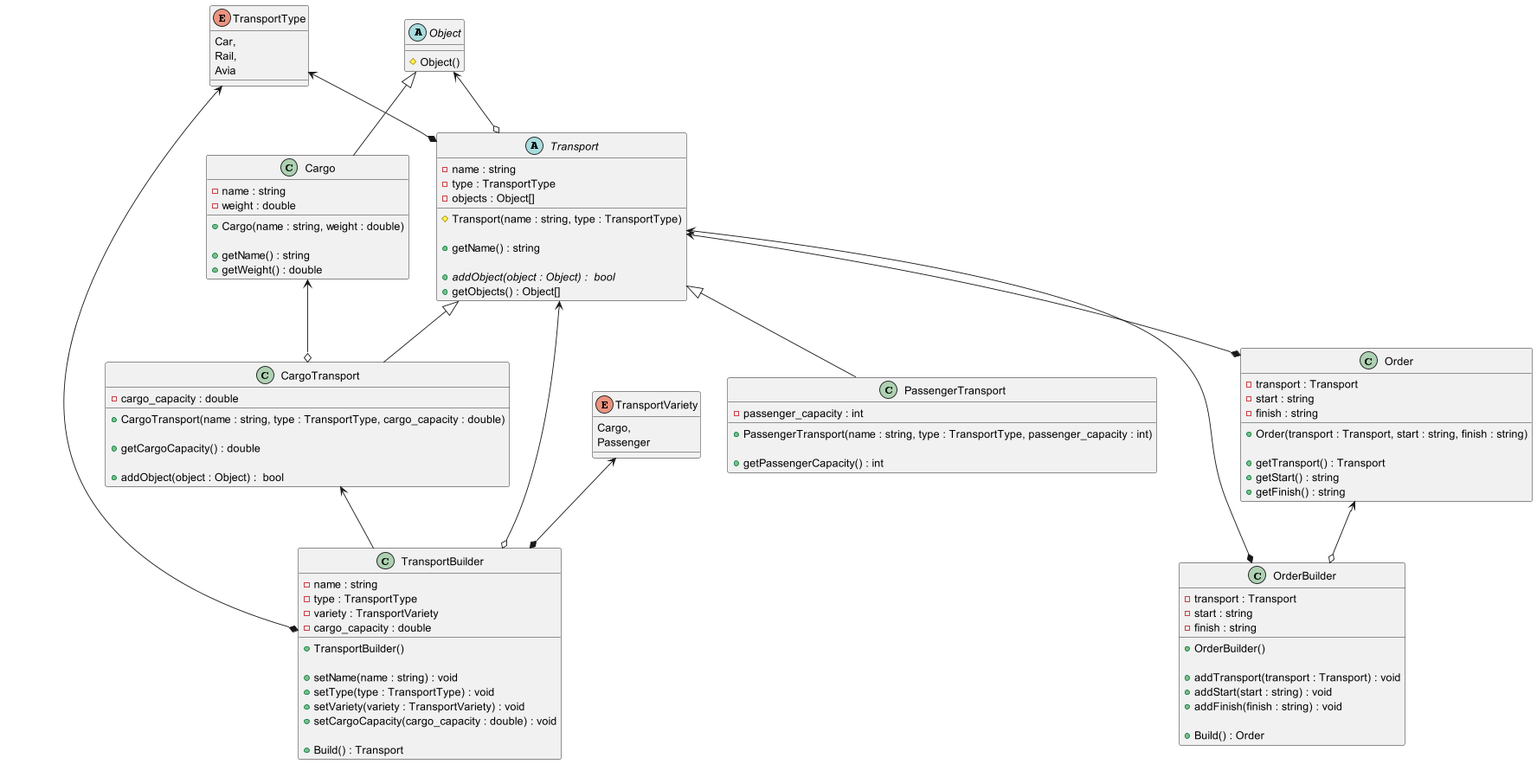
Before: class_diagram.png, a diagram exported from PlantUML (it-top-shambala/TransportCompany_).
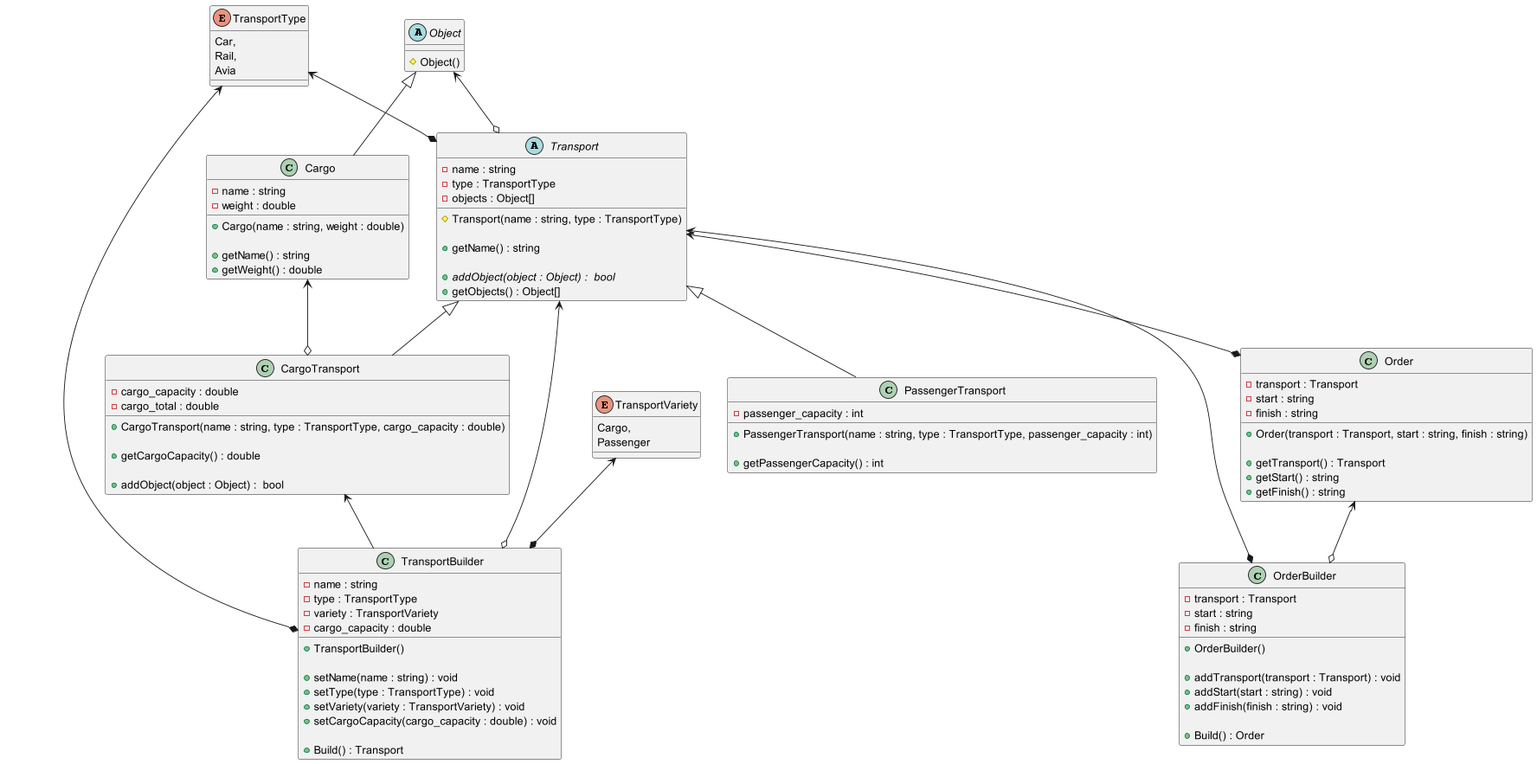
After the commit.

Commit message:
Update class diagram

What changed in the source:
```diff
@@ -41,6 +41,7 @@
 Cargo <--o CargoTransport
 class CargoTransport {
 - cargo_capacity : double
+- cargo_total : double
 
 + CargoTransport(name : string, type : TransportType, cargo_capacity : double)
 
```
